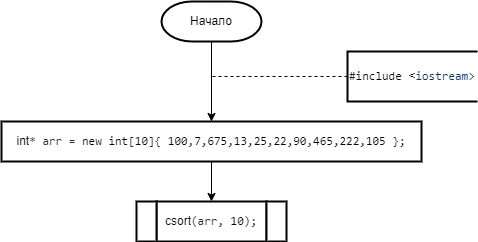
IlyaFedoseev227/LABS-PNRPU-IVT-22-1b keeps this draw.io diagram as 2 Семестр/Labs/№9 Сложные сортировки быстрая (Хоара), слиянием, подсчетом, блочная, Шелла/Подсчетом.png. Above is the earlier version. Source tidied: cells renumbered, new cells last; positions are measured from the earlier drawing's top-left corner, leaving out a move shared by most shapes.
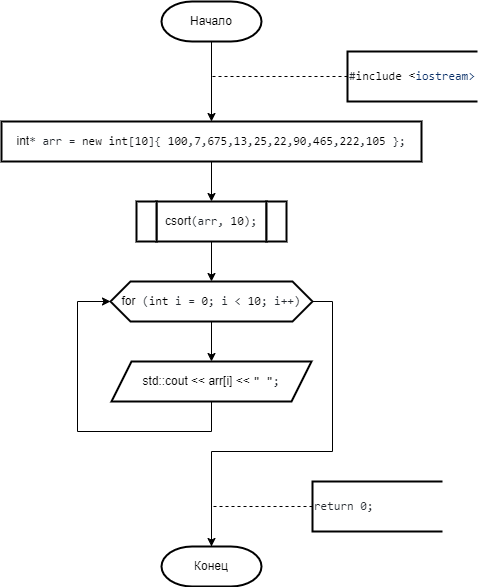
The same file after the commit.

What changed in the source:
```diff
@@ -24,6 +24,9 @@
     <mxCell id="7" value="&lt;div style=&quot;text-align: start;&quot;&gt;int&lt;span style=&quot;color: rgb(36, 41, 47); font-family: ui-monospace, SFMono-Regular, &amp;quot;SF Mono&amp;quot;, Menlo, Consolas, &amp;quot;Liberation Mono&amp;quot;, monospace; background-color: rgb(255, 255, 255);&quot;&gt;* arr = &lt;/span&gt;&lt;span style=&quot;box-sizing: border-box; color: var(--color-prettylights-syntax-keyword); font-family: ui-monospace, SFMono-Regular, &amp;quot;SF Mono&amp;quot;, Menlo, Consolas, &amp;quot;Liberation Mono&amp;quot;, monospace; background-color: rgb(255, 255, 255);&quot; class=&quot;pl-k&quot;&gt;new&lt;/span&gt;&lt;span style=&quot;color: rgb(36, 41, 47); font-family: ui-monospace, SFMono-Regular, &amp;quot;SF Mono&amp;quot;, Menlo, Consolas, &amp;quot;Liberation Mono&amp;quot;, monospace; background-color: rgb(255, 255, 255);&quot;&gt; &lt;/span&gt;&lt;span style=&quot;box-sizing: border-box; color: var(--color-prettylights-syntax-keyword); font-family: ui-monospace, SFMono-Regular, &amp;quot;SF Mono&amp;quot;, Menlo, Consolas, &amp;quot;Liberation Mono&amp;quot;, monospace; background-color: rgb(255, 255, 255);&quot; class=&quot;pl-k&quot;&gt;int&lt;/span&gt;&lt;span style=&quot;color: rgb(36, 41, 47); font-family: ui-monospace, SFMono-Regular, &amp;quot;SF Mono&amp;quot;, Menlo, Consolas, &amp;quot;Liberation Mono&amp;quot;, monospace; background-color: rgb(255, 255, 255);&quot;&gt;[&lt;/span&gt;&lt;span style=&quot;box-sizing: border-box; color: var(--color-prettylights-syntax-constant); font-family: ui-monospace, SFMono-Regular, &amp;quot;SF Mono&amp;quot;, Menlo, Consolas, &amp;quot;Liberation Mono&amp;quot;, monospace; background-color: rgb(255, 255, 255);&quot; class=&quot;pl-c1&quot;&gt;10&lt;/span&gt;&lt;span style=&quot;color: rgb(36, 41, 47); font-family: ui-monospace, SFMono-Regular, &amp;quot;SF Mono&amp;quot;, Menlo, Consolas, &amp;quot;Liberation Mono&amp;quot;, monospace; background-color: rgb(255, 255, 255);&quot;&gt;]{ &lt;/span&gt;&lt;span style=&quot;box-sizing: border-box; color: var(--color-prettylights-syntax-constant); font-family: ui-monospace, SFMono-Regular, &amp;quot;SF Mono&amp;quot;, Menlo, Consolas, &amp;quot;Liberation Mono&amp;quot;, monospace; background-color: rgb(255, 255, 255);&quot; class=&quot;pl-c1&quot;&gt;100&lt;/span&gt;&lt;span style=&quot;color: rgb(36, 41, 47); font-family: ui-monospace, SFMono-Regular, &amp;quot;SF Mono&amp;quot;, Menlo, Consolas, &amp;quot;Liberation Mono&amp;quot;, monospace; background-color: rgb(255, 255, 255);&quot;&gt;,&lt;/span&gt;&lt;span style=&quot;box-sizing: border-box; color: var(--color-prettylights-syntax-constant); font-family: ui-monospace, SFMono-Regular, &amp;quot;SF Mono&amp;quot;, Menlo, Consolas, &amp;quot;Liberation Mono&amp;quot;, monospace; background-color: rgb(255, 255, 255);&quot; class=&quot;pl-c1&quot;&gt;7&lt;/span&gt;&lt;span style=&quot;color: rgb(36, 41, 47); font-family: ui-monospace, SFMono-Regular, &amp;quot;SF Mono&amp;quot;, Menlo, Consolas, &amp;quot;Liberation Mono&amp;quot;, monospace; background-color: rgb(255, 255, 255);&quot;&gt;,&lt;/span&gt;&lt;span style=&quot;box-sizing: border-box; color: var(--color-prettylights-syntax-constant); font-family: ui-monospace, SFMono-Regular, &amp;quot;SF Mono&amp;quot;, Menlo, Consolas, &amp;quot;Liberation Mono&amp;quot;, monospace; background-color: rgb(255, 255, 255);&quot; class=&quot;pl-c1&quot;&gt;675&lt;/span&gt;&lt;span style=&quot;color: rgb(36, 41, 47); font-family: ui-monospace, SFMono-Regular, &amp;quot;SF Mono&amp;quot;, Menlo, Consolas, &amp;quot;Liberation Mono&amp;quot;, monospace; background-color: rgb(255, 255, 255);&quot;&gt;,&lt;/span&gt;&lt;span style=&quot;box-sizing: border-box; color: var(--color-prettylights-syntax-constant); font-family: ui-monospace, SFMono-Regular, &amp;quot;SF Mono&amp;quot;, Menlo, Consolas, &amp;quot;Liberation Mono&amp;quot;, monospace; background-color: rgb(255, 255, 255);&quot; class=&quot;pl-c1&quot;&gt;13&lt;/span&gt;&lt;span style=&quot;color: rgb(36, 41, 47); font-family: ui-monospace, SFMono-Regular, &amp;quot;SF Mono&amp;quot;, Menlo, Consolas, &amp;quot;Liberation Mono&amp;quot;, monospace; background-color: rgb(255, 255, 255);&quot;&gt;,&lt;/span&gt;&lt;span style=&quot;box-sizing: border-box; color: var(--color-prettylights-syntax-constant); font-family: ui-monospace, SFMono-Regular, &amp;quot;SF Mono&amp;quot;, Menlo, Consolas, &amp;quot;Liberation Mono&amp;quot;, monospace; background-color: rgb(255, 255, 255);&quot; class=&quot;pl-c1&quot;&gt;25&lt;/span&gt;&lt;span style=&quot;color: rgb(36, 41, 47); font-family: ui-monospace, SFMono-Regular, &amp;quot;SF Mono&amp;quot;, Menlo, Consolas, &amp;quot;Liberation Mono&amp;quot;, monospace; background-color: rgb(255, 255, 255);&quot;&gt;,&lt;/span&gt;&lt;span style=&quot;box-sizing: border-box; color: var(--color-prettylights-syntax-constant); font-family: ui-monospace, SFMono-Regular, &amp;quot;SF Mono&amp;quot;, Menlo, Consolas, &amp;quot;Liberation Mono&amp;quot;, monospace; background-color: rgb(255, 255, 255);&quot; class=&quot;pl-c1&quot;&gt;22&lt;/span&gt;&lt;span style=&quot;color: rgb(36, 41, 47); font-family: ui-monospace, SFMono-Regular, &amp;quot;SF Mono&amp;quot;, Menlo, Consolas, &amp;quot;Liberation Mono&amp;quot;, monospace; background-color: rgb(255, 255, 255);&quot;&gt;,&lt;/span&gt;&lt;span style=&quot;box-sizing: border-box; color: var(--color-prettylights-syntax-constant); font-family: ui-monospace, SFMono-Regular, &amp;quot;SF Mono&amp;quot;, Menlo, Consolas, &amp;quot;Liberation Mono&amp;quot;, monospace; background-color: rgb(255, 255, 255);&quot; class=&quot;pl-c1&quot;&gt;90&lt;/span&gt;&lt;span style=&quot;color: rgb(36, 41, 47); font-family: ui-monospace, SFMono-Regular, &amp;quot;SF Mono&amp;quot;, Menlo, Consolas, &amp;quot;Liberation Mono&amp;quot;, monospace; background-color: rgb(255, 255, 255);&quot;&gt;,&lt;/span&gt;&lt;span style=&quot;box-sizing: border-box; color: var(--color-prettylights-syntax-constant); font-family: ui-monospace, SFMono-Regular, &amp;quot;SF Mono&amp;quot;, Menlo, Consolas, &amp;quot;Liberation Mono&amp;quot;, monospace; background-color: rgb(255, 255, 255);&quot; class=&quot;pl-c1&quot;&gt;465&lt;/span&gt;&lt;span style=&quot;color: rgb(36, 41, 47); font-family: ui-monospace, SFMono-Regular, &amp;quot;SF Mono&amp;quot;, Menlo, Consolas, &amp;quot;Liberation Mono&amp;quot;, monospace; background-color: rgb(255, 255, 255);&quot;&gt;,&lt;/span&gt;&lt;span style=&quot;box-sizing: border-box; color: var(--color-prettylights-syntax-constant); font-family: ui-monospace, SFMono-Regular, &amp;quot;SF Mono&amp;quot;, Menlo, Consolas, &amp;quot;Liberation Mono&amp;quot;, monospace; background-color: rgb(255, 255, 255);&quot; class=&quot;pl-c1&quot;&gt;222&lt;/span&gt;&lt;span style=&quot;color: rgb(36, 41, 47); font-family: ui-monospace, SFMono-Regular, &amp;quot;SF Mono&amp;quot;, Menlo, Consolas, &amp;quot;Liberation Mono&amp;quot;, monospace; background-color: rgb(255, 255, 255);&quot;&gt;,&lt;/span&gt;&lt;span style=&quot;box-sizing: border-box; color: var(--color-prettylights-syntax-constant); font-family: ui-monospace, SFMono-Regular, &amp;quot;SF Mono&amp;quot;, Menlo, Consolas, &amp;quot;Liberation Mono&amp;quot;, monospace; background-color: rgb(255, 255, 255);&quot; class=&quot;pl-c1&quot;&gt;105&lt;/span&gt;&lt;span style=&quot;color: rgb(36, 41, 47); font-family: ui-monospace, SFMono-Regular, &amp;quot;SF Mono&amp;quot;, Menlo, Consolas, &amp;quot;Liberation Mono&amp;quot;, monospace; background-color: rgb(255, 255, 255);&quot;&gt; };&lt;/span&gt;&lt;br&gt;&lt;/div&gt;" style="shape=parallelogram;perimeter=parallelogramPerimeter;whiteSpace=wrap;html=1;fixedSize=1;strokeWidth=2;size=-6;" parent="1" vertex="1">
       <mxGeometry y="120" width="420" height="40" as="geometry" />
     </mxCell>
+    <mxCell id="11" style="edgeStyle=orthogonalEdgeStyle;rounded=0;jettySize=auto;html=1;exitX=0.5;exitY=1;exitDx=0;exitDy=0;entryX=0.5;entryY=0;entryDx=0;entryDy=0;" parent="1" edge="1" source="8" target="14">
+      <mxGeometry relative="1" as="geometry" />
+    </mxCell>
     <mxCell id="8" value="&lt;div style=&quot;text-align: start;&quot;&gt;csort&lt;span style=&quot;color: rgb(36, 41, 47); font-family: ui-monospace, SFMono-Regular, &amp;quot;SF Mono&amp;quot;, Menlo, Consolas, &amp;quot;Liberation Mono&amp;quot;, monospace; background-color: rgb(255, 255, 255);&quot;&gt;(arr, &lt;/span&gt;&lt;span style=&quot;box-sizing: border-box; color: var(--color-prettylights-syntax-constant); font-family: ui-monospace, SFMono-Regular, &amp;quot;SF Mono&amp;quot;, Menlo, Consolas, &amp;quot;Liberation Mono&amp;quot;, monospace; background-color: rgb(255, 255, 255);&quot; class=&quot;pl-c1&quot;&gt;10&lt;/span&gt;&lt;span style=&quot;color: rgb(36, 41, 47); font-family: ui-monospace, SFMono-Regular, &amp;quot;SF Mono&amp;quot;, Menlo, Consolas, &amp;quot;Liberation Mono&amp;quot;, monospace; background-color: rgb(255, 255, 255);&quot;&gt;);&lt;/span&gt;&lt;br&gt;&lt;/div&gt;" style="shape=parallelogram;perimeter=parallelogramPerimeter;whiteSpace=wrap;html=1;fixedSize=1;strokeWidth=2;size=-6;" parent="1" vertex="1">
       <mxGeometry x="155" y="200" width="110" height="40" as="geometry" />
     </mxCell>
@@ -33,5 +36,45 @@
     <mxCell id="10" value="&lt;div style=&quot;text-align: start;&quot;&gt;&lt;br&gt;&lt;/div&gt;" style="shape=parallelogram;perimeter=parallelogramPerimeter;whiteSpace=wrap;html=1;fixedSize=1;strokeWidth=2;size=-6;" parent="1" vertex="1">
       <mxGeometry x="135" y="200" width="20" height="40" as="geometry" />
     </mxCell>
+    <mxCell id="12" style="edgeStyle=orthogonalEdgeStyle;rounded=0;jettySize=auto;html=1;exitX=0.5;exitY=1;exitDx=0;exitDy=0;entryX=0.5;entryY=0;entryDx=0;entryDy=0;" parent="1" edge="1" source="14" target="16">
+      <mxGeometry relative="1" as="geometry" />
+    </mxCell>
+    <mxCell id="13" style="edgeStyle=orthogonalEdgeStyle;rounded=0;jettySize=auto;html=1;exitX=1;exitY=0.5;exitDx=0;exitDy=0;entryX=0.5;entryY=0;entryDx=0;entryDy=0;entryPerimeter=0;" parent="1" edge="1" source="14" target="17">
+      <mxGeometry relative="1" as="geometry">
+        <Array as="points">
+          <mxPoint x="331" y="300" />
+          <mxPoint x="331" y="450" />
+          <mxPoint x="210" y="450" />
+        </Array>
+      </mxGeometry>
+    </mxCell>
+    <mxCell id="14" value="&lt;div style=&quot;text-align: start;&quot;&gt;for&lt;span style=&quot;color: rgb(36, 41, 47); font-family: ui-monospace, SFMono-Regular, &amp;quot;SF Mono&amp;quot;, Menlo, Consolas, &amp;quot;Liberation Mono&amp;quot;, monospace; background-color: rgb(255, 255, 255);&quot;&gt; (&lt;/span&gt;&lt;span style=&quot;box-sizing: border-box; color: var(--color-prettylights-syntax-keyword); font-family: ui-monospace, SFMono-Regular, &amp;quot;SF Mono&amp;quot;, Menlo, Consolas, &amp;quot;Liberation Mono&amp;quot;, monospace; background-color: rgb(255, 255, 255);&quot; class=&quot;pl-k&quot;&gt;int&lt;/span&gt;&lt;span style=&quot;color: rgb(36, 41, 47); font-family: ui-monospace, SFMono-Regular, &amp;quot;SF Mono&amp;quot;, Menlo, Consolas, &amp;quot;Liberation Mono&amp;quot;, monospace; background-color: rgb(255, 255, 255);&quot;&gt; i = &lt;/span&gt;&lt;span style=&quot;box-sizing: border-box; color: var(--color-prettylights-syntax-constant); font-family: ui-monospace, SFMono-Regular, &amp;quot;SF Mono&amp;quot;, Menlo, Consolas, &amp;quot;Liberation Mono&amp;quot;, monospace; background-color: rgb(255, 255, 255);&quot; class=&quot;pl-c1&quot;&gt;0&lt;/span&gt;&lt;span style=&quot;color: rgb(36, 41, 47); font-family: ui-monospace, SFMono-Regular, &amp;quot;SF Mono&amp;quot;, Menlo, Consolas, &amp;quot;Liberation Mono&amp;quot;, monospace; background-color: rgb(255, 255, 255);&quot;&gt;; i &amp;lt; &lt;/span&gt;&lt;span style=&quot;box-sizing: border-box; color: var(--color-prettylights-syntax-constant); font-family: ui-monospace, SFMono-Regular, &amp;quot;SF Mono&amp;quot;, Menlo, Consolas, &amp;quot;Liberation Mono&amp;quot;, monospace; background-color: rgb(255, 255, 255);&quot; class=&quot;pl-c1&quot;&gt;10&lt;/span&gt;&lt;span style=&quot;color: rgb(36, 41, 47); font-family: ui-monospace, SFMono-Regular, &amp;quot;SF Mono&amp;quot;, Menlo, Consolas, &amp;quot;Liberation Mono&amp;quot;, monospace; background-color: rgb(255, 255, 255);&quot;&gt;; i++)&lt;/span&gt;&lt;br&gt;&lt;/div&gt;" style="shape=hexagon;perimeter=hexagonPerimeter2;whiteSpace=wrap;html=1;fixedSize=1;strokeWidth=2;" parent="1" vertex="1">
+      <mxGeometry x="109" y="280" width="202" height="40" as="geometry" />
+    </mxCell>
+    <mxCell id="15" style="edgeStyle=orthogonalEdgeStyle;rounded=0;jettySize=auto;html=1;exitX=0.5;exitY=1;exitDx=0;exitDy=0;entryX=0;entryY=0.5;entryDx=0;entryDy=0;" parent="1" edge="1" source="16" target="14">
+      <mxGeometry relative="1" as="geometry">
+        <Array as="points">
+          <mxPoint x="210" y="430" />
+          <mxPoint x="76" y="430" />
+          <mxPoint x="76" y="300" />
+        </Array>
+      </mxGeometry>
+    </mxCell>
+    <mxCell id="16" value="&lt;div style=&quot;text-align: start;&quot;&gt;std::cout &amp;lt;&amp;lt; arr[i] &amp;lt;&amp;lt; &lt;span style=&quot;box-sizing: border-box; color: var(--color-prettylights-syntax-string); font-family: ui-monospace, SFMono-Regular, &amp;quot;SF Mono&amp;quot;, Menlo, Consolas, &amp;quot;Liberation Mono&amp;quot;, monospace; background-color: rgb(255, 255, 255);&quot; class=&quot;pl-s&quot;&gt;&lt;span style=&quot;box-sizing: border-box; color: var(--color-prettylights-syntax-string);&quot; class=&quot;pl-pds&quot;&gt;&quot;&lt;/span&gt;  &lt;span style=&quot;box-sizing: border-box; color: var(--color-prettylights-syntax-string);&quot; class=&quot;pl-pds&quot;&gt;&quot;&lt;/span&gt;&lt;/span&gt;&lt;span style=&quot;color: rgb(36, 41, 47); font-family: ui-monospace, SFMono-Regular, &amp;quot;SF Mono&amp;quot;, Menlo, Consolas, &amp;quot;Liberation Mono&amp;quot;, monospace; background-color: rgb(255, 255, 255);&quot;&gt;;&lt;/span&gt;&lt;br&gt;&lt;/div&gt;" style="shape=parallelogram;perimeter=parallelogramPerimeter;whiteSpace=wrap;html=1;fixedSize=1;strokeWidth=2;size=20;" parent="1" vertex="1">
+      <mxGeometry x="110" y="360" width="200" height="40" as="geometry" />
+    </mxCell>
+    <mxCell id="17" value="Конец" style="strokeWidth=2;html=1;shape=mxgraph.flowchart.terminator;whiteSpace=wrap;" parent="1" vertex="1">
+      <mxGeometry x="160" y="545" width="100" height="40" as="geometry" />
+    </mxCell>
+    <mxCell id="18" style="edgeStyle=orthogonalEdgeStyle;rounded=0;jettySize=auto;html=1;exitX=0;exitY=0.5;exitDx=0;exitDy=0;exitPerimeter=0;entryX=0.5;entryY=0;entryDx=0;entryDy=0;strokeWidth=1;endArrow=none;endFill=0;dashed=1;entryPerimeter=0;" parent="1" edge="1" source="19" target="17">
+      <mxGeometry relative="1" as="geometry">
+        <Array as="points">
+          <mxPoint x="210" y="505" />
+        </Array>
+      </mxGeometry>
+    </mxCell>
+    <mxCell id="19" value="&lt;span style=&quot;box-sizing: border-box; font-family: ui-monospace, SFMono-Regular, &amp;quot;SF Mono&amp;quot;, Menlo, Consolas, &amp;quot;Liberation Mono&amp;quot;, monospace; background-color: rgb(255, 255, 255);&quot; class=&quot;pl-pds&quot;&gt;&lt;font color=&quot;#24292f&quot;&gt;return 0;&lt;/font&gt;&lt;br&gt;&lt;/span&gt;" style="strokeWidth=2;html=1;shape=mxgraph.flowchart.annotation_1;align=left;" parent="1" vertex="1">
+      <mxGeometry x="311" y="480" width="130" height="50" as="geometry" />
+    </mxCell>
   </root>
 </mxGraphModel>
```
